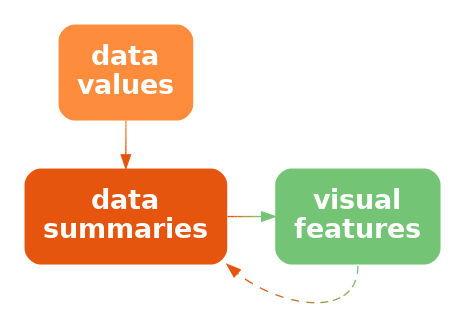
This is Diagrams/stat-vis-decode.png from pmur002/hdvw, a Graphviz export, as it was before one commit. Its source is kept beside it as Diagrams/stat-vis-decode.dot.
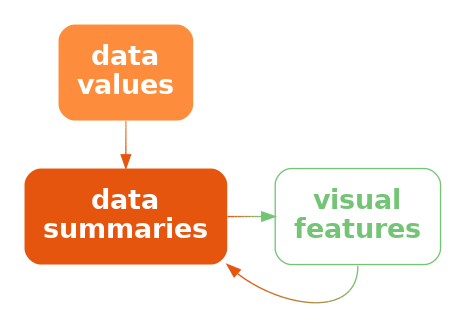
The same diagram one commit later.

The edit, as a diff of the source:
```diff
@@ -4,9 +4,9 @@
   data [ label="data\nvalues"; shape=box; style="filled, rounded"; penwidth=0; fontcolor=white; fillcolor="#FD8D3C" ]
   stat [ label="data\nsummaries"; shape=box; style="filled, rounded"; penwidth=0; fontcolor=white; fillcolor="#E6550D" ]
   vis [ label="visual\nfeatures"; shape=box;
-     style="filled, rounded"; penwidth=0; fontcolor=white; fillcolor="#74C476" ]
-  data -> stat [ color="#FD8D3C;0.1:#FA8737;0.1:#F88132;0.1:#F57A2C;0.1:#F37427;0.1:#F06E22;0.1:#EE681D;0.1:#EB6117;0.1:#E95B12;0.1:#E6550D;0.1" ]
-  stat -> vis [ color="#E6550D;0.1:#D96119;0.1:#CD6E24;0.1:#C07A30;0.1:#B3863C;0.1:#A79347;0.1:#9A9F53;0.1:#8DAB5F;0.1:#81B86A;0.1:#74C476;0.1" ]
-  vis:s -> stat:se [ style="dashed", color="#74C476;0.1:#81B86A;0.1:#8DAB5F;0.1:#9A9F53;0.1:#A79347;0.1:#B3863C;0.1:#C07A30;0.1:#CD6E24;0.1:#D96119;0.1:#E6550D;0.1" ]
+     style="rounded"; color="#74C476"; fontcolor="#74C476" ]
+  data -> stat [ style="solid"; penwidth=1; color="#FD8D3C;0.1:#FA8737;0.1:#F88132;0.1:#F57A2C;0.1:#F37427;0.1:#F06E22;0.1:#EE681D;0.1:#EB6117;0.1:#E95B12;0.1:#E6550D;0.1" ]
+  stat -> vis [ style="bold"; penwidth=1; color="#E6550D;0.1:#D96119;0.1:#CD6E24;0.1:#C07A30;0.1:#B3863C;0.1:#A79347;0.1:#9A9F53;0.1:#8DAB5F;0.1:#81B86A;0.1:#74C476;0.1" ]
+  vis:s -> stat:se [ style="solid", color="#74C476;0.1:#81B86A;0.1:#8DAB5F;0.1:#9A9F53;0.1:#A79347;0.1:#B3863C;0.1:#C07A30;0.1:#CD6E24;0.1:#D96119;0.1:#E6550D;0.1" ]
 { rank=same; data, stat }
 }
```
